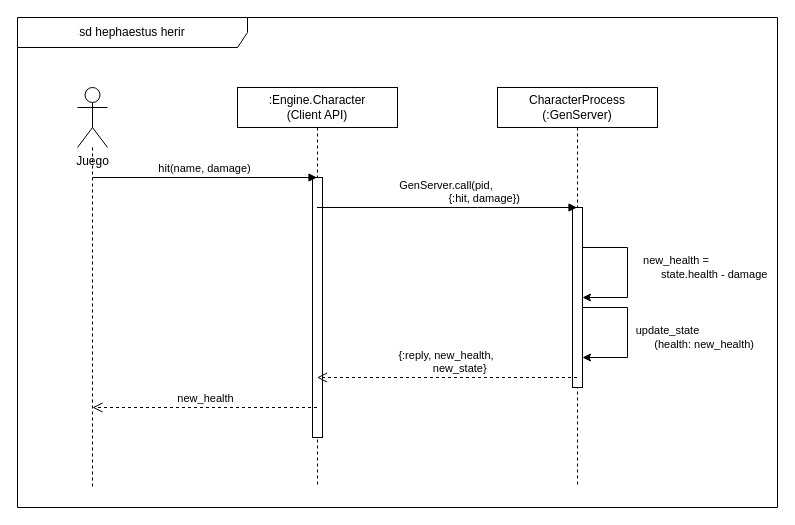
The draw.io diagram document/tex_files/mainmatter/chapter_5/images/design_engine/secuence_diagrams/hit.drawio in ThAlsay/Hephaestus, before the edit. Source tidied: cells renumbered, new cells numbered last; positions are measured from the earlier drawing's top-left corner, leaving out a move shared by most shapes. Both pictures are drawn from the tidied source at 100%, with x=0, y=0 at pixel (17, 17).
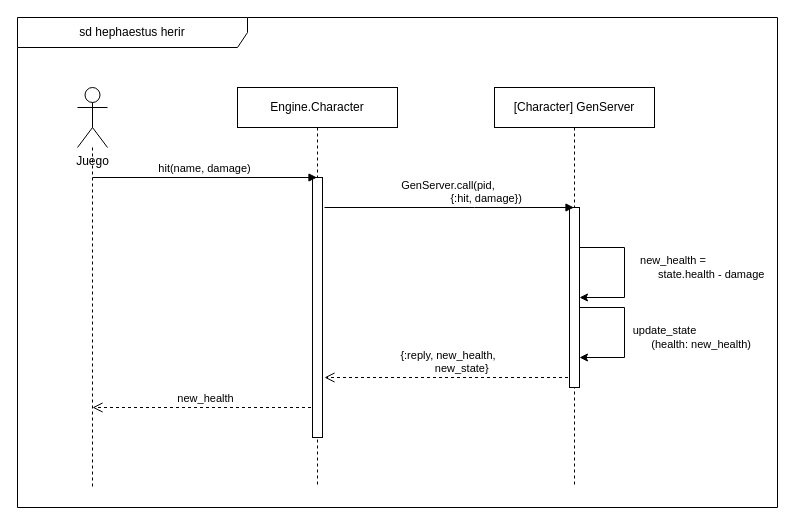
Above is the later version.

The change refers to these unchanged cells:
```xml
<mxCell id="7" style="html=1;points=[];perimeter=orthogonalPerimeter;" parent="6" vertex="1">
  <mxGeometry x="75" y="120" width="10" height="180" as="geometry" />
</mxCell>
```

Diff of the diagram source:
```diff
@@
+    <mxCell id="13" value="new_health" style="html=1;verticalAlign=bottom;endArrow=open;dashed=1;endSize=8;edgeStyle=elbowEdgeStyle;elbow=vertical;curved=0;rounded=0;" parent="1" edge="1" source="4">
+      <mxGeometry relative="1" as="geometry">
+        <mxPoint x="75" y="390" as="targetPoint" />
+      </mxGeometry>
+    </mxCell>
+    <mxCell id="12" value="{:reply, new_health,&amp;nbsp;&lt;div&gt;&lt;span style=&quot;white-space: pre;&quot;&gt;&#9;&lt;/span&gt;new_state}&lt;/div&gt;" style="html=1;verticalAlign=bottom;endArrow=open;dashed=1;endSize=8;edgeStyle=elbowEdgeStyle;elbow=vertical;curved=0;rounded=0;labelBackgroundColor=none;" parent="1" edge="1" source="6">
+      <mxGeometry relative="1" as="geometry">
+        <mxPoint x="307" y="360" as="targetPoint" />
+        <Array as="points">
+          <mxPoint x="467" y="360" />
+        </Array>
+      </mxGeometry>
+    </mxCell>
@@
-    <mxCell id="4" value=":Engine.Character&#10;(Client API)" style="shape=umlLifeline;perimeter=lifelinePerimeter;whiteSpace=wrap;html=1;outlineConnect=0;" parent="1" vertex="1">
+    <mxCell id="4" value="Engine.Character" style="shape=umlLifeline;perimeter=lifelinePerimeter;whiteSpace=wrap;html=1;outlineConnect=0;" parent="1" vertex="1">
       <mxGeometry x="220" y="70" width="160" height="400" as="geometry" />
     </mxCell>
@@
-    <mxCell id="6" value="CharacterProcess&#10;(:GenServer)" style="shape=umlLifeline;perimeter=lifelinePerimeter;whiteSpace=wrap;html=1;outlineConnect=0;" parent="1" vertex="1">
-      <mxGeometry x="480" y="70" width="160" height="400" as="geometry" />
+    <mxCell id="6" value="[Character] GenServer" style="shape=umlLifeline;perimeter=lifelinePerimeter;whiteSpace=wrap;html=1;outlineConnect=0;" parent="1" vertex="1">
+      <mxGeometry x="477" y="70" width="160" height="400" as="geometry" />
     </mxCell>
@@
-    <mxCell id="9" value="GenServer.call&lt;span style=&quot;background-color: transparent; color: light-dark(rgb(0, 0, 0), rgb(255, 255, 255));&quot;&gt;(pid,&amp;nbsp;&lt;/span&gt;&lt;div&gt;&lt;span style=&quot;background-color: transparent; color: light-dark(rgb(0, 0, 0), rgb(255, 255, 255));&quot;&gt;&lt;span style=&quot;white-space: pre;&quot;&gt;&#9;&lt;/span&gt;&lt;span style=&quot;white-space: pre;&quot;&gt;&#9;&lt;/span&gt;&lt;span style=&quot;white-space: pre;&quot;&gt;&#9;&lt;/span&gt;{:hit, damage})&lt;/span&gt;&lt;/div&gt;" style="html=1;verticalAlign=bottom;endArrow=block;edgeStyle=elbowEdgeStyle;elbow=vertical;curved=0;rounded=0;labelBackgroundColor=none;" parent="1" edge="1" source="4" target="6">
+    <mxCell id="9" value="GenServer.call&lt;span style=&quot;background-color: transparent; color: light-dark(rgb(0, 0, 0), rgb(255, 255, 255));&quot;&gt;(pid,&amp;nbsp;&lt;/span&gt;&lt;div&gt;&lt;span style=&quot;background-color: transparent; color: light-dark(rgb(0, 0, 0), rgb(255, 255, 255));&quot;&gt;&lt;span style=&quot;white-space: pre;&quot;&gt;&#9;&lt;/span&gt;&lt;span style=&quot;white-space: pre;&quot;&gt;&#9;&lt;/span&gt;&lt;span style=&quot;white-space: pre;&quot;&gt;&#9;&lt;/span&gt;{:hit, damage})&lt;/span&gt;&lt;/div&gt;" style="html=1;verticalAlign=bottom;endArrow=block;edgeStyle=elbowEdgeStyle;elbow=vertical;curved=0;rounded=0;labelBackgroundColor=none;" parent="1" edge="1" target="6">
       <mxGeometry relative="1" as="geometry">
+        <mxPoint x="307" y="190" as="sourcePoint" />
         <Array as="points">
-          <mxPoint x="460" y="190" />
+          <mxPoint x="457" y="190" />
         </Array>
       </mxGeometry>
     </mxCell>
     <mxCell id="10" value="new_health =&amp;nbsp;&lt;div&gt;&lt;span style=&quot;white-space: pre;&quot;&gt;&#9;&lt;/span&gt;&lt;span style=&quot;white-space: pre;&quot;&gt;&#9;&lt;/span&gt;&lt;span style=&quot;white-space: pre;&quot;&gt;&#9;&lt;/span&gt;state.health - damage&lt;/div&gt;" style="edgeStyle=orthogonalEdgeStyle;rounded=0;orthogonalLoop=1;jettySize=auto;html=1;curved=0;labelBackgroundColor=none;" parent="1" edge="1" source="7" target="7">
       <mxGeometry x="-0.07" y="50" relative="1" as="geometry">
         <Array as="points">
-          <mxPoint x="610" y="230" />
-          <mxPoint x="610" y="280" />
+          <mxPoint x="607" y="230" />
+          <mxPoint x="607" y="280" />
         </Array>
       </mxGeometry>
     </mxCell>
     <mxCell id="11" value="update_state&lt;div&gt;&lt;span style=&quot;white-space: pre;&quot;&gt;&#9;&lt;/span&gt;&lt;span style=&quot;white-space: pre;&quot;&gt;&#9;&lt;/span&gt;&lt;span style=&quot;white-space: pre;&quot;&gt;&#9;&lt;/span&gt;(health: new_health)&lt;/div&gt;" style="edgeStyle=orthogonalEdgeStyle;rounded=0;orthogonalLoop=1;jettySize=auto;html=1;curved=0;labelBackgroundColor=none;" parent="1" edge="1" source="7" target="7">
       <mxGeometry x="0.07" y="40" relative="1" as="geometry">
         <Array as="points">
-          <mxPoint x="610" y="290" />
-          <mxPoint x="610" y="340" />
+          <mxPoint x="607" y="290" />
+          <mxPoint x="607" y="340" />
         </Array>
       </mxGeometry>
     </mxCell>
-    <mxCell id="12" value="{:reply, new_health,&amp;nbsp;&lt;div&gt;&lt;span style=&quot;white-space: pre;&quot;&gt;&#9;&lt;/span&gt;new_state}&lt;/div&gt;" style="html=1;verticalAlign=bottom;endArrow=open;dashed=1;endSize=8;edgeStyle=elbowEdgeStyle;elbow=vertical;curved=0;rounded=0;labelBackgroundColor=none;" parent="1" edge="1" source="6" target="4">
-      <mxGeometry relative="1" as="geometry">
-        <Array as="points">
-          <mxPoint x="470" y="360" />
-        </Array>
-      </mxGeometry>
-    </mxCell>
-    <mxCell id="13" value="new_health" style="html=1;verticalAlign=bottom;endArrow=open;dashed=1;endSize=8;edgeStyle=elbowEdgeStyle;elbow=vertical;curved=0;rounded=0;" parent="1" edge="1" source="4">
-      <mxGeometry relative="1" as="geometry">
-        <mxPoint x="75" y="390" as="targetPoint" />
-      </mxGeometry>
-    </mxCell>
```
